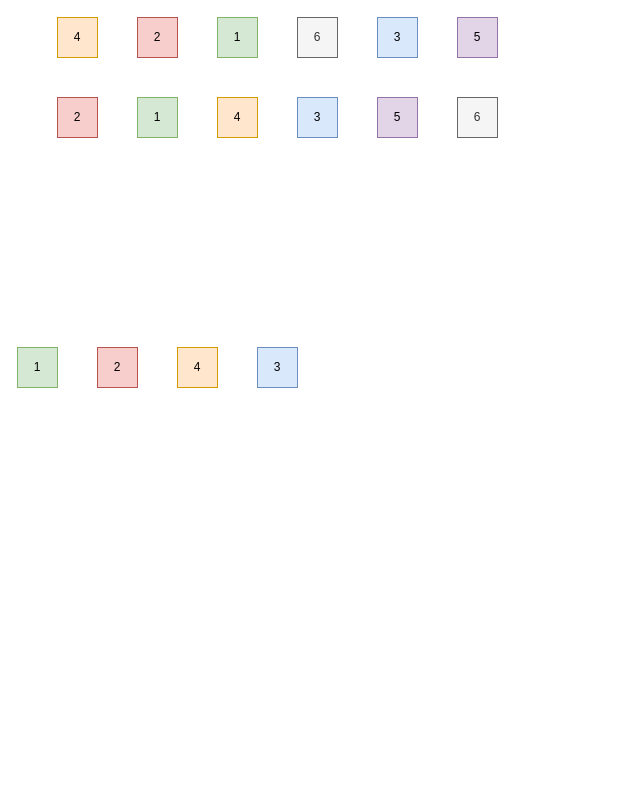
tenyapious/whiteboarding-flowchart keeps this draw.io diagram as sorting algorithms.drawio. Above is the earlier version. Source tidied: cells renumbered, new cells numbered last; positions are measured from the earlier drawing's top-left corner, leaving out a move shared by most shapes. Both pictures are drawn from the tidied source at 100%, with x=0, y=0 at pixel (17, 17).
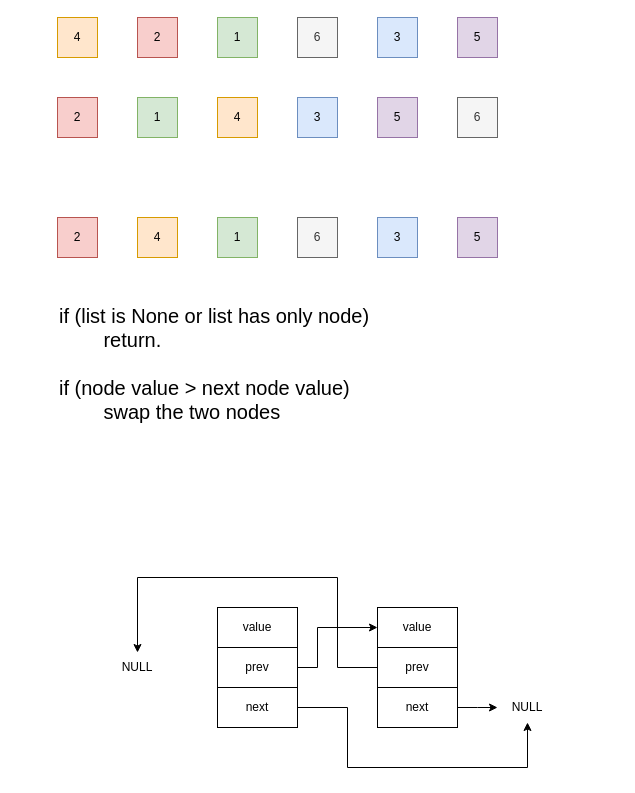
The same diagram, later.

Diff of the diagram source:
```diff
@@
-    <mxCell id="6" value="2" style="rounded=0;whiteSpace=wrap;html=1;fillColor=#f8cecc;strokeColor=#b85450;" parent="1" vertex="1">
-      <mxGeometry x="80" y="330" width="40" height="40" as="geometry" />
-    </mxCell>
-    <mxCell id="7" value="1" style="rounded=0;whiteSpace=wrap;html=1;fillColor=#d5e8d4;strokeColor=#82b366;" parent="1" vertex="1">
-      <mxGeometry y="330" width="40" height="40" as="geometry" />
-    </mxCell>
-    <mxCell id="8" value="3" style="rounded=0;whiteSpace=wrap;html=1;fillColor=#dae8fc;strokeColor=#6c8ebf;" parent="1" vertex="1">
-      <mxGeometry x="240" y="330" width="40" height="40" as="geometry" />
-    </mxCell>
-    <mxCell id="9" value="4" style="rounded=0;whiteSpace=wrap;html=1;fillColor=#ffe6cc;strokeColor=#d79b00;" parent="1" vertex="1">
-      <mxGeometry x="160" y="330" width="40" height="40" as="geometry" />
-    </mxCell>
@@
+    <mxCell id="6" value="2" style="rounded=0;whiteSpace=wrap;html=1;fillColor=#f8cecc;strokeColor=#b85450;" parent="1" vertex="1">
+      <mxGeometry x="40" y="200" width="40" height="40" as="geometry" />
+    </mxCell>
+    <mxCell id="7" value="1" style="rounded=0;whiteSpace=wrap;html=1;fillColor=#d5e8d4;strokeColor=#82b366;" parent="1" vertex="1">
+      <mxGeometry x="200" y="200" width="40" height="40" as="geometry" />
+    </mxCell>
+    <mxCell id="8" value="3" style="rounded=0;whiteSpace=wrap;html=1;fillColor=#dae8fc;strokeColor=#6c8ebf;" parent="1" vertex="1">
+      <mxGeometry x="360" y="200" width="40" height="40" as="geometry" />
+    </mxCell>
+    <mxCell id="9" value="4" style="rounded=0;whiteSpace=wrap;html=1;fillColor=#ffe6cc;strokeColor=#d79b00;" parent="1" vertex="1">
+      <mxGeometry x="120" y="200" width="40" height="40" as="geometry" />
+    </mxCell>
+    <mxCell id="18" value="6" style="rounded=0;whiteSpace=wrap;html=1;fillColor=#f5f5f5;strokeColor=#666666;fontColor=#333333;" parent="1" vertex="1">
+      <mxGeometry x="280" y="200" width="40" height="40" as="geometry" />
+    </mxCell>
+    <mxCell id="19" value="5" style="rounded=0;whiteSpace=wrap;html=1;fillColor=#e1d5e7;strokeColor=#9673a6;" parent="1" vertex="1">
+      <mxGeometry x="440" y="200" width="40" height="40" as="geometry" />
+    </mxCell>
+    <mxCell id="20" value="if (list is None or list has only node)&lt;br&gt;&lt;span style=&quot;white-space: pre;&quot;&gt;&#9;&lt;/span&gt;return.&lt;br&gt;&lt;br&gt;if (node value &amp;gt; next node value)&lt;br&gt;&lt;span style=&quot;white-space: pre;&quot;&gt;&#9;&lt;/span&gt;swap the two nodes&lt;br&gt;" style="text;html=1;strokeColor=none;fillColor=none;align=left;verticalAlign=top;whiteSpace=wrap;rounded=0;fontSize=20;" parent="1" vertex="1">
+      <mxGeometry x="40" y="280" width="560" height="160" as="geometry" />
+    </mxCell>
+    <mxCell id="21" value="value" style="rounded=0;whiteSpace=wrap;html=1;" parent="1" vertex="1">
+      <mxGeometry x="200" y="590" width="80" height="40" as="geometry" />
+    </mxCell>
+    <mxCell id="22" style="edgeStyle=orthogonalEdgeStyle;rounded=0;jettySize=auto;html=1;exitX=1;exitY=0.5;exitDx=0;exitDy=0;entryX=0;entryY=0.5;entryDx=0;entryDy=0;" parent="1" edge="1" source="23" target="26">
+      <mxGeometry relative="1" as="geometry">
+        <Array as="points">
+          <mxPoint x="300" y="650" />
+          <mxPoint x="300" y="610" />
+        </Array>
+      </mxGeometry>
+    </mxCell>
+    <mxCell id="23" value="prev" style="rounded=0;whiteSpace=wrap;html=1;" parent="1" vertex="1">
+      <mxGeometry x="200" y="630" width="80" height="40" as="geometry" />
+    </mxCell>
+    <mxCell id="24" style="edgeStyle=orthogonalEdgeStyle;rounded=0;jettySize=auto;html=1;exitX=1;exitY=0.5;exitDx=0;exitDy=0;entryX=0.5;entryY=1;entryDx=0;entryDy=0;" parent="1" edge="1" source="25" target="31">
+      <mxGeometry relative="1" as="geometry">
+        <Array as="points">
+          <mxPoint x="330" y="690" />
+          <mxPoint x="330" y="750" />
+          <mxPoint x="510" y="750" />
+        </Array>
+      </mxGeometry>
+    </mxCell>
+    <mxCell id="25" value="next" style="rounded=0;whiteSpace=wrap;html=1;" parent="1" vertex="1">
+      <mxGeometry x="200" y="670" width="80" height="40" as="geometry" />
+    </mxCell>
+    <mxCell id="26" value="value" style="rounded=0;whiteSpace=wrap;html=1;" parent="1" vertex="1">
+      <mxGeometry x="360" y="590" width="80" height="40" as="geometry" />
+    </mxCell>
+    <mxCell id="27" style="edgeStyle=orthogonalEdgeStyle;rounded=0;jettySize=auto;html=1;exitX=0;exitY=0.5;exitDx=0;exitDy=0;entryX=0.5;entryY=0;entryDx=0;entryDy=0;" parent="1" edge="1" source="28" target="32">
+      <mxGeometry relative="1" as="geometry">
+        <Array as="points">
+          <mxPoint x="320" y="650" />
+          <mxPoint x="320" y="560" />
+          <mxPoint x="120" y="560" />
+        </Array>
+      </mxGeometry>
+    </mxCell>
+    <mxCell id="28" value="prev" style="rounded=0;whiteSpace=wrap;html=1;" parent="1" vertex="1">
+      <mxGeometry x="360" y="630" width="80" height="40" as="geometry" />
+    </mxCell>
+    <mxCell id="29" style="edgeStyle=orthogonalEdgeStyle;rounded=0;jettySize=auto;html=1;exitX=1;exitY=0.5;exitDx=0;exitDy=0;" parent="1" edge="1" source="30">
+      <mxGeometry relative="1" as="geometry">
+        <mxPoint x="480" y="690" as="targetPoint" />
+      </mxGeometry>
+    </mxCell>
+    <mxCell id="30" value="next" style="rounded=0;whiteSpace=wrap;html=1;" parent="1" vertex="1">
+      <mxGeometry x="360" y="670" width="80" height="40" as="geometry" />
+    </mxCell>
+    <mxCell id="31" value="NULL" style="text;html=1;strokeColor=none;fillColor=none;align=center;verticalAlign=middle;whiteSpace=wrap;rounded=0;" parent="1" vertex="1">
+      <mxGeometry x="480" y="675" width="60" height="30" as="geometry" />
+    </mxCell>
+    <mxCell id="32" value="NULL" style="text;html=1;strokeColor=none;fillColor=none;align=center;verticalAlign=middle;whiteSpace=wrap;rounded=0;" parent="1" vertex="1">
+      <mxGeometry x="90" y="635" width="60" height="30" as="geometry" />
+    </mxCell>
```
